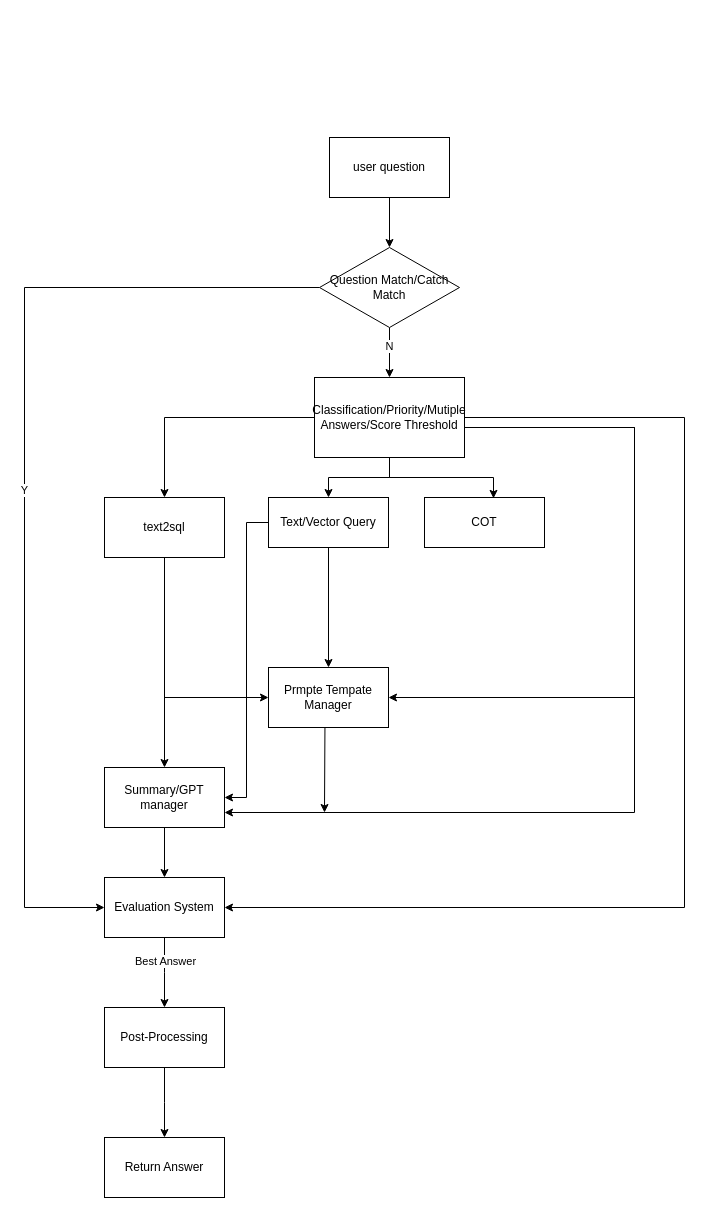
Earlier version of the draw.io diagram 未命名绘图.drawio (qiutian-patsnap/draw_io). Source tidied: cells renumbered, new cells numbered last; positions are measured from the earlier drawing's top-left corner, leaving out a move shared by most shapes. Both pictures are drawn from the tidied source at 100%, with x=0, y=0 at pixel (24, 137).
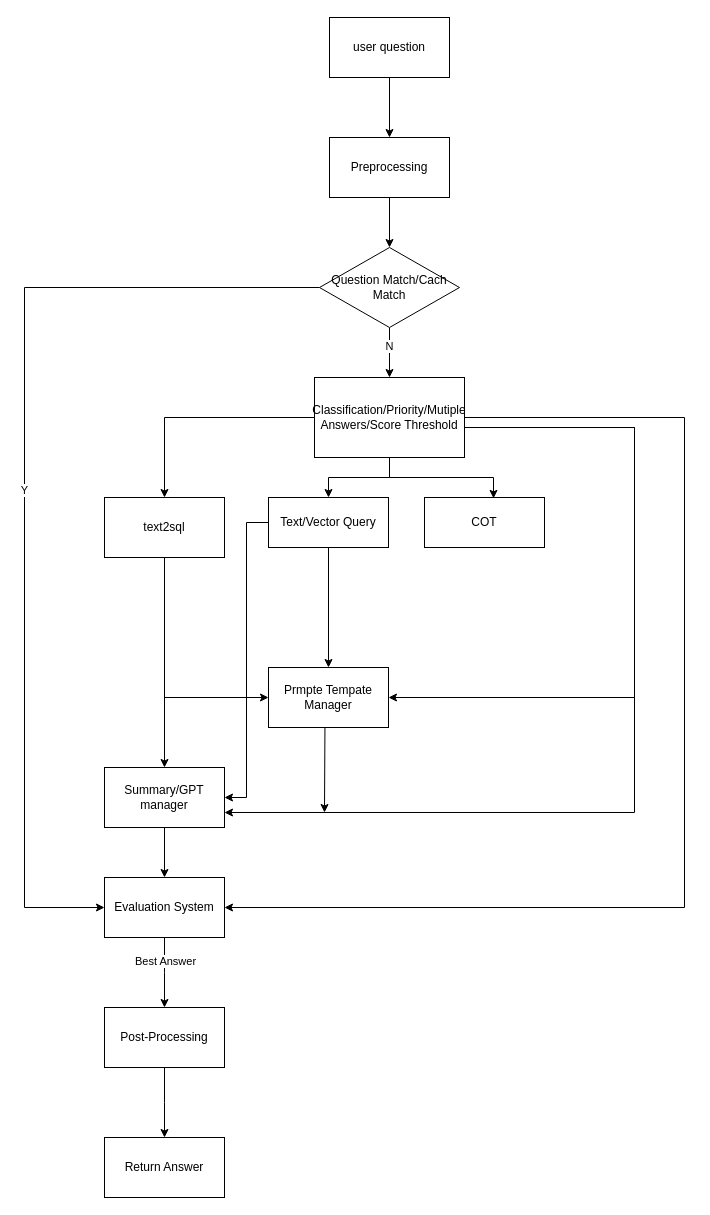
Above is the later version.

Commit message:
更新未命名绘图.drawio

What changed in the source:
```diff
@@
-    <mxCell id="3" value="user question" style="whiteSpace=wrap;html=1;" parent="1" vertex="1">
+    <mxCell id="3" value="Preprocessing" style="whiteSpace=wrap;html=1;" parent="1" vertex="1">
       <mxGeometry x="305" width="120" height="60" as="geometry" />
     </mxCell>
@@
-    <mxCell id="31" value="Question Match/Catch Match" style="rhombus;whiteSpace=wrap;html=1;" parent="1" vertex="1">
+    <mxCell id="31" value="Question Match/Cach Match" style="rhombus;whiteSpace=wrap;html=1;" parent="1" vertex="1">
       <mxGeometry x="295" y="110" width="140" height="80" as="geometry" />
     </mxCell>
+    <mxCell id="32" style="edgeStyle=orthogonalEdgeStyle;rounded=0;jettySize=auto;html=1;" parent="1" edge="1" source="33" target="3">
+      <mxGeometry relative="1" as="geometry" />
+    </mxCell>
+    <mxCell id="33" value="user question" style="whiteSpace=wrap;html=1;" parent="1" vertex="1">
+      <mxGeometry x="305" y="-120" width="120" height="60" as="geometry" />
+    </mxCell>
```
